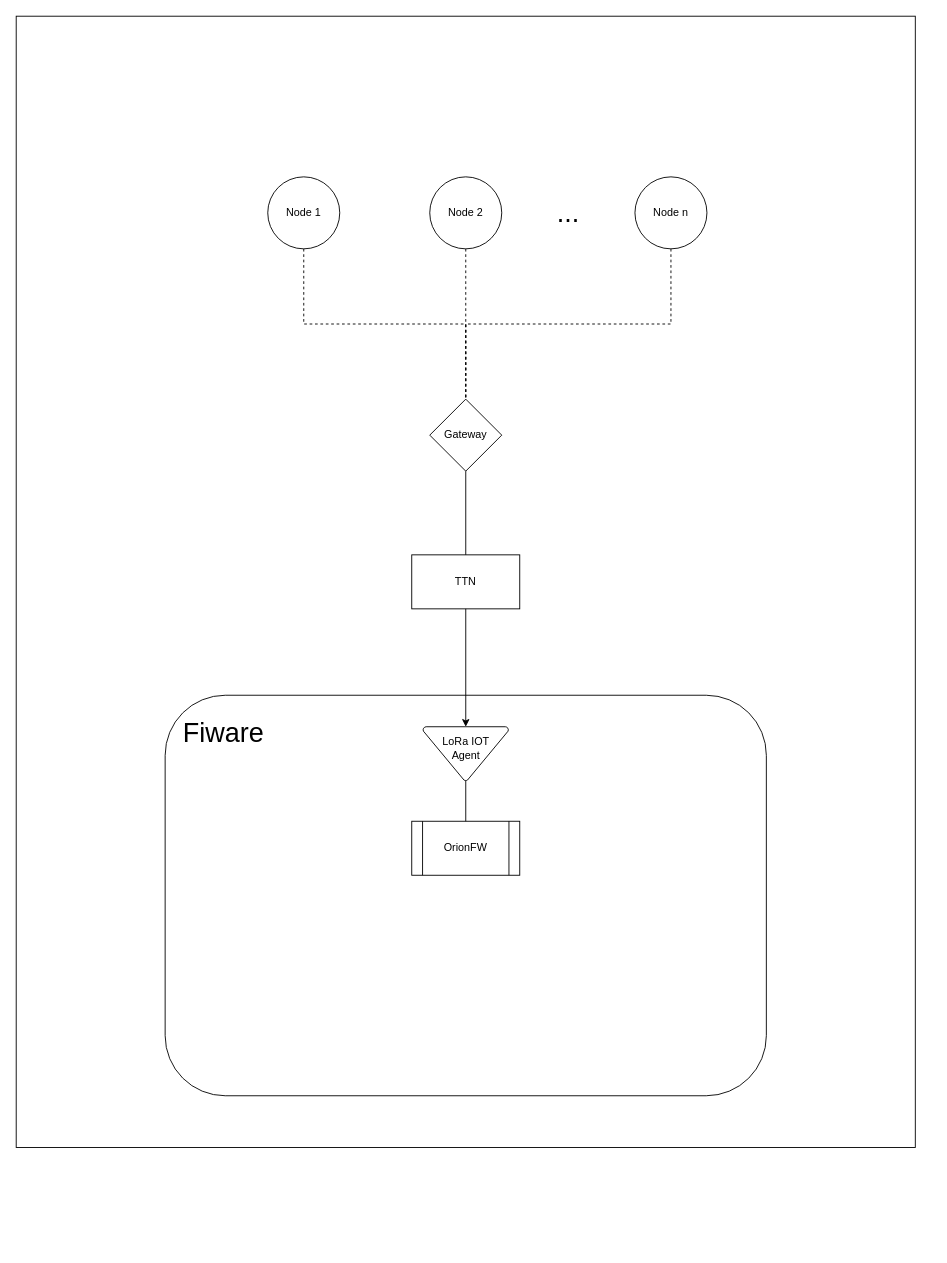
Before: docs/schemes/main_scheme.drawio in jfernandz/lora-arduino-dendrometer, a draw.io diagram. Source tidied: cells renumbered, new cells numbered last; positions are measured from the earlier drawing's top-left corner, leaving out a move shared by most shapes. Both pictures are drawn from the tidied source at 90%, with x=0, y=0 at pixel (15, 15).
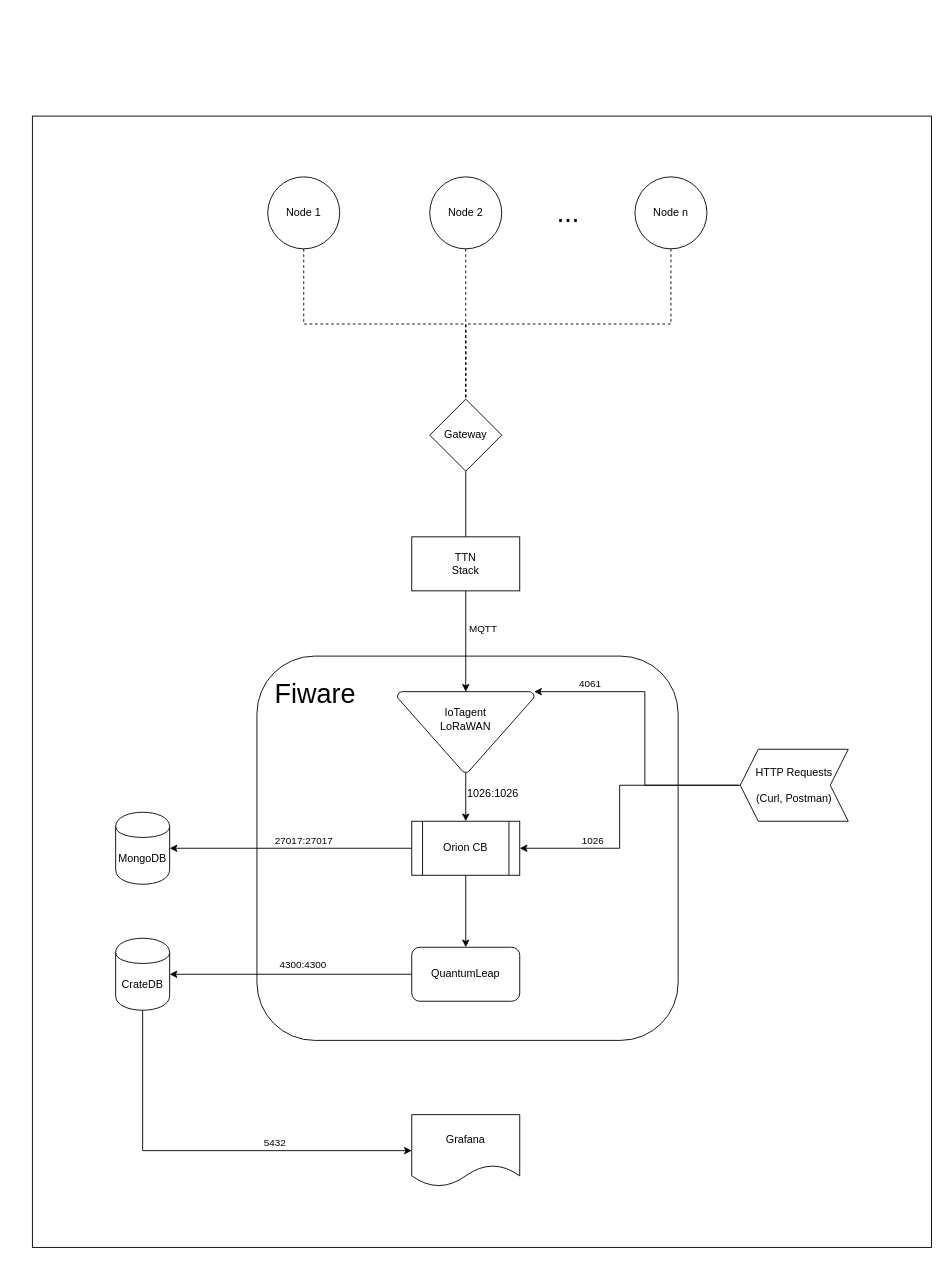
After the change.

What changed in the source:
```diff
@@
+    <mxCell id="17" style="rounded=0;whiteSpace=wrap;html=1;fillColor=none;strokeColor=#000000;" parent="1" vertex="1">
+      <mxGeometry x="18.5" y="111.5" width="999" height="1257" as="geometry" />
+    </mxCell>
     <mxCell id="2" value="Fiware" style="rounded=1;whiteSpace=wrap;html=1;strokeColor=#000000;strokeWidth=1;fontColor=#000000;fillColor=none;labelPosition=left;verticalLabelPosition=top;align=right;verticalAlign=bottom;spacingBottom=50;spacingTop=0;spacing=-110;fontSize=30;" parent="1" vertex="1">
-      <mxGeometry x="166" y="755" width="668" height="445" as="geometry" />
+      <mxGeometry x="268" y="711.5" width="468" height="427" as="geometry" />
     </mxCell>
@@
-    <mxCell id="12" style="edgeStyle=orthogonalEdgeStyle;rounded=0;jettySize=auto;html=1;exitX=0.5;exitY=1;exitDx=0;exitDy=0;entryX=0.5;entryY=0;entryDx=0;entryDy=0;entryPerimeter=0;endArrow=classic;endFill=1;strokeColor=#000000;" parent="1" edge="1" source="13" target="16">
+    <mxCell id="12" style="edgeStyle=orthogonalEdgeStyle;rounded=0;jettySize=auto;html=1;exitX=0.5;exitY=1;exitDx=0;exitDy=0;entryX=0.5;entryY=0;entryDx=0;entryDy=0;entryPerimeter=0;endArrow=classic;endFill=1;strokeColor=#000000;labelBackgroundColor=none;" parent="1" edge="1" source="13" target="16">
       <mxGeometry relative="1" as="geometry" />
     </mxCell>
+    <mxCell id="18" value="MQTT" style="edgeLabel;html=1;align=left;verticalAlign=middle;fontColor=#000000;labelBackgroundColor=none;spacingBottom=72;" parent="12" vertex="1">
+      <mxGeometry x="0.37" y="2" relative="1" as="geometry" />
+    </mxCell>
-    <mxCell id="13" value="TTN" style="rounded=0;whiteSpace=wrap;html=1;strokeWidth=1;fillColor=none;strokeColor=#000000;fontColor=#000000;" parent="1" vertex="1">
-      <mxGeometry x="440" y="599" width="120" height="60" as="geometry" />
+    <mxCell id="13" value="TTN&lt;br&gt;Stack" style="rounded=0;whiteSpace=wrap;html=1;strokeWidth=1;fillColor=none;strokeColor=#000000;fontColor=#000000;" parent="1" vertex="1">
+      <mxGeometry x="440" y="579" width="120" height="60" as="geometry" />
     </mxCell>
+    <mxCell id="19" style="edgeStyle=orthogonalEdgeStyle;rounded=0;jettySize=auto;html=1;exitX=0;exitY=0.5;exitDx=0;exitDy=0;entryX=1;entryY=0.5;entryDx=0;entryDy=0;endArrow=classic;endFill=1;fontColor=#000000;labelBackgroundColor=none;strokeColor=#000000;" parent="1" edge="1" source="14" target="22">
+      <mxGeometry relative="1" as="geometry" />
+    </mxCell>
+    <mxCell id="20" value="27017:27017" style="edgeLabel;html=1;align=center;verticalAlign=bottom;fontColor=#000000;labelBackgroundColor=none;spacingTop=0;spacingBottom=0;spacingLeft=0;spacingRight=30;" parent="19" vertex="1">
+      <mxGeometry x="-0.21" relative="1" as="geometry" />
+    </mxCell>
+    <mxCell id="21" style="edgeStyle=orthogonalEdgeStyle;rounded=0;jettySize=auto;html=1;labelBackgroundColor=none;endArrow=classic;endFill=1;strokeColor=#000000;fontColor=#000000;align=left;" parent="1" edge="1" source="14" target="25">
+      <mxGeometry relative="1" as="geometry" />
+    </mxCell>
-    <mxCell id="14" value="OrionFW&lt;br&gt;" style="shape=process;whiteSpace=wrap;html=1;backgroundOutline=1;strokeColor=#000000;strokeWidth=1;fillColor=none;fontColor=#000000;" parent="1" vertex="1">
+    <mxCell id="14" value="Orion CB" style="shape=process;whiteSpace=wrap;html=1;backgroundOutline=1;strokeColor=#000000;strokeWidth=1;fillColor=none;fontColor=#000000;" parent="1" vertex="1">
       <mxGeometry x="440" y="895" width="120" height="60" as="geometry" />
     </mxCell>
-    <mxCell id="15" style="edgeStyle=orthogonalEdgeStyle;rounded=0;jettySize=auto;html=1;exitX=0.5;exitY=1;exitDx=0;exitDy=0;exitPerimeter=0;entryX=0.5;entryY=0;entryDx=0;entryDy=0;endArrow=none;endFill=0;strokeColor=#000000;fontSize=12;fontColor=#000000;" parent="1" edge="1" source="16" target="14">
+    <mxCell id="15" value="1026:1026" style="edgeStyle=orthogonalEdgeStyle;rounded=0;jettySize=auto;exitX=0.5;exitY=1;exitDx=0;exitDy=0;exitPerimeter=0;entryX=0.5;entryY=0;entryDx=0;entryDy=0;endArrow=classic;endFill=1;strokeColor=#000000;fontSize=12;fontColor=#000000;labelBackgroundColor=none;html=1;align=left;spacingTop=0;spacingBottom=7;" parent="1" edge="1" source="16" target="14">
       <mxGeometry relative="1" as="geometry" />
     </mxCell>
-    <mxCell id="16" value="&lt;font style=&quot;font-size: 12px;&quot;&gt;LoRa IOT &lt;br style=&quot;font-size: 12px;&quot;&gt;Agent&lt;/font&gt;" style="strokeWidth=1;html=1;shape=mxgraph.flowchart.merge_or_storage;whiteSpace=wrap;fillColor=none;fontSize=12;fontColor=#000000;strokeColor=#000000;labelPosition=center;verticalLabelPosition=middle;align=center;verticalAlign=middle;spacingBottom=13;" parent="1" vertex="1">
-      <mxGeometry x="452.5" y="790" width="95" height="60" as="geometry" />
+    <mxCell id="16" value="&lt;font style=&quot;font-size: 12px&quot;&gt;IoTagent&lt;br style=&quot;font-size: 12px&quot;&gt;LoRaWAN&lt;br&gt;&lt;/font&gt;" style="strokeWidth=1;html=1;shape=mxgraph.flowchart.merge_or_storage;whiteSpace=wrap;fillColor=none;fontSize=12;fontColor=#000000;strokeColor=#000000;labelPosition=center;verticalLabelPosition=middle;align=center;verticalAlign=middle;spacingBottom=29;" parent="1" vertex="1">
+      <mxGeometry x="424" y="751" width="152" height="90" as="geometry" />
     </mxCell>
-    <mxCell id="17" style="rounded=0;whiteSpace=wrap;html=1;fillColor=none;strokeColor=#000000;" parent="1" vertex="1">
-      <mxGeometry x="0.5" y="0.5" width="999" height="1257" as="geometry" />
-    </mxCell>
+    <mxCell id="22" value="MongoDB" style="shape=cylinder;whiteSpace=wrap;html=1;boundedLbl=1;backgroundOutline=1;fillColor=none;strokeColor=#000000;fontColor=#000000;labelBackgroundColor=none;" parent="1" vertex="1">
+      <mxGeometry x="111" y="885" width="60" height="80" as="geometry" />
+    </mxCell>
+    <mxCell id="23" style="edgeStyle=orthogonalEdgeStyle;rounded=0;jettySize=auto;html=1;labelBackgroundColor=none;endArrow=classic;endFill=1;strokeColor=#000000;fontColor=#000000;align=left;" parent="1" edge="1" source="25" target="28">
+      <mxGeometry relative="1" as="geometry" />
+    </mxCell>
+    <mxCell id="24" value="4300:4300" style="edgeLabel;html=1;align=center;verticalAlign=bottom;fontColor=#000000;labelBackgroundColor=none;spacingBottom=4;" parent="23" vertex="1">
+      <mxGeometry x="-0.09" y="2" relative="1" as="geometry" />
+    </mxCell>
+    <mxCell id="25" value="QuantumLeap" style="rounded=1;whiteSpace=wrap;html=1;labelBackgroundColor=none;strokeColor=#000000;fillColor=none;fontColor=#000000;align=center;" parent="1" vertex="1">
+      <mxGeometry x="440" y="1035" width="120" height="60" as="geometry" />
+    </mxCell>
+    <mxCell id="26" style="edgeStyle=orthogonalEdgeStyle;rounded=0;jettySize=auto;html=1;labelBackgroundColor=none;endArrow=classic;endFill=1;strokeColor=#000000;fontColor=#000000;align=left;entryX=0;entryY=0.5;entryDx=0;entryDy=0;verticalAlign=top;spacingBottom=0;" parent="1" edge="1" source="28" target="29">
+      <mxGeometry relative="1" as="geometry">
+        <Array as="points">
+          <mxPoint x="141" y="1261" />
+        </Array>
+      </mxGeometry>
+    </mxCell>
+    <mxCell id="27" value="5432" style="edgeLabel;html=1;align=left;verticalAlign=bottom;fontColor=#000000;labelBackgroundColor=none;spacingLeft=4;spacingBottom=4;" parent="26" vertex="1">
+      <mxGeometry x="0.25" y="-3" relative="1" as="geometry">
+        <mxPoint x="1" as="offset" />
+      </mxGeometry>
+    </mxCell>
+    <mxCell id="28" value="CrateDB" style="shape=cylinder;whiteSpace=wrap;html=1;boundedLbl=1;backgroundOutline=1;labelBackgroundColor=none;strokeColor=#000000;fillColor=none;fontColor=#000000;align=center;" parent="1" vertex="1">
+      <mxGeometry x="111" y="1025" width="60" height="80" as="geometry" />
+    </mxCell>
+    <mxCell id="29" value="Grafana" style="shape=document;whiteSpace=wrap;html=1;boundedLbl=1;labelBackgroundColor=none;strokeColor=#000000;fillColor=none;fontColor=#000000;align=center;" parent="1" vertex="1">
+      <mxGeometry x="440" y="1221" width="120" height="80" as="geometry" />
+    </mxCell>
+    <mxCell id="30" style="edgeStyle=orthogonalEdgeStyle;rounded=0;jettySize=auto;html=1;labelBackgroundColor=none;endArrow=classic;endFill=1;strokeColor=#000000;fontColor=#000000;align=left;" parent="1" edge="1" source="34" target="14">
+      <mxGeometry relative="1" as="geometry">
+        <Array as="points">
+          <mxPoint x="671" y="855" />
+          <mxPoint x="671" y="925" />
+        </Array>
+      </mxGeometry>
+    </mxCell>
+    <mxCell id="31" value="1026&lt;br&gt;" style="edgeLabel;html=1;align=center;verticalAlign=bottom;fontColor=#000000;labelBackgroundColor=none;" parent="30" vertex="1">
+      <mxGeometry x="0.49" relative="1" as="geometry" />
+    </mxCell>
+    <mxCell id="32" style="edgeStyle=orthogonalEdgeStyle;rounded=0;jettySize=auto;html=1;entryX=1;entryY=0;entryDx=0;entryDy=0;entryPerimeter=0;labelBackgroundColor=none;endArrow=classic;endFill=1;strokeColor=#000000;fontColor=#000000;align=left;spacingLeft=0;" parent="1" edge="1" target="16">
+      <mxGeometry relative="1" as="geometry">
+        <mxPoint x="803" y="855" as="sourcePoint" />
+        <Array as="points">
+          <mxPoint x="699" y="855" />
+          <mxPoint x="699" y="751" />
+        </Array>
+      </mxGeometry>
+    </mxCell>
+    <mxCell id="33" value="4061" style="edgeLabel;html=1;align=center;verticalAlign=bottom;fontColor=#000000;labelBackgroundColor=none;" parent="32" vertex="1">
+      <mxGeometry x="0.63" y="-1" relative="1" as="geometry" />
+    </mxCell>
+    <mxCell id="34" value="HTTP Requests&lt;br&gt;&lt;br&gt;(Curl, Postman)" style="shape=step;perimeter=stepPerimeter;fixedSize=1;labelBackgroundColor=none;strokeColor=#000000;fillColor=none;fontColor=#000000;align=center;rotation=0;horizontal=1;whiteSpace=wrap;verticalAlign=middle;flipV=1;flipH=1;html=1;" parent="1" vertex="1">
+      <mxGeometry x="805" y="815" width="120" height="80" as="geometry" />
+    </mxCell>
```
